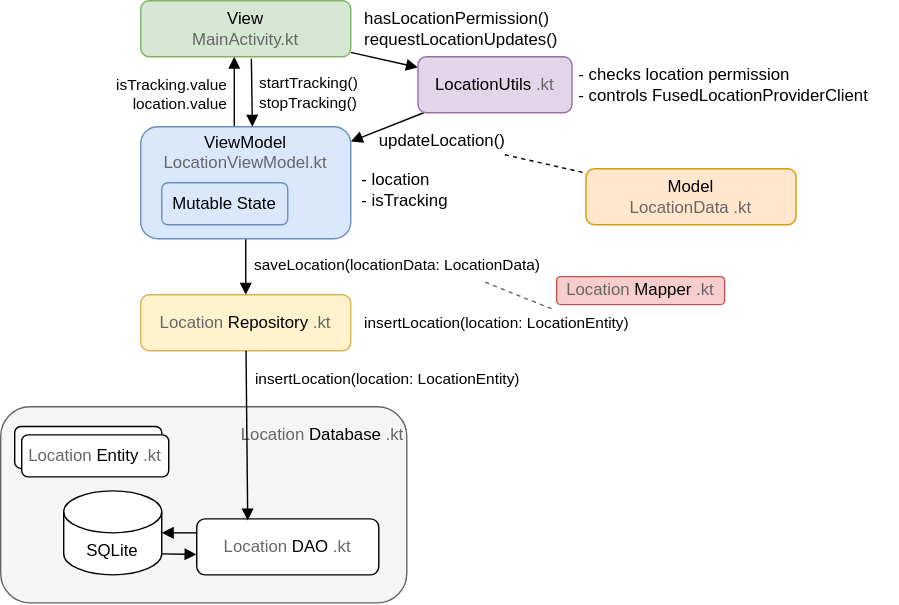
Above: app-architecture.drawio.svg in lchristmann/Tracker (draw.io), before the change. Source tidied: cells renumbered, new cells last; positions are measured from the earlier drawing's top-left corner, leaving out a move shared by most shapes.
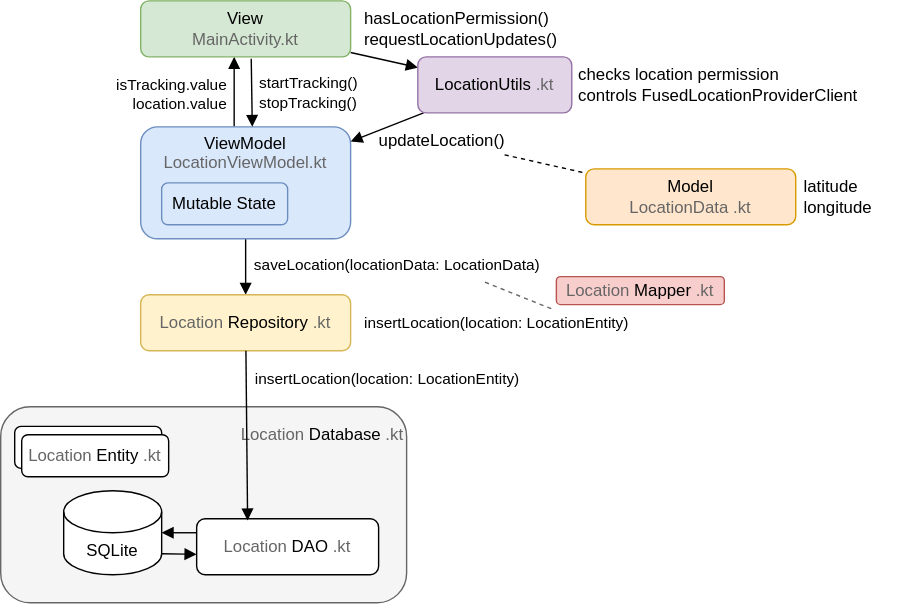
The same file after the commit.

Commit message:
feature: store location in database (every 10s)

Diff of the diagram source:
```diff
@@ -90,12 +90,9 @@
     <mxCell id="26" value="hasLocationPermission()&lt;br&gt;&lt;div&gt;requestLocationUpdates()&lt;/div&gt;" style="text;html=1;align=left;verticalAlign=middle;strokeColor=none;fillColor=none;fontColor=#000000;" parent="1" vertex="1">
       <mxGeometry x="258" width="160" height="40" as="geometry" />
     </mxCell>
-    <mxCell id="27" value="- checks location permission&lt;div&gt;- controls FusedLocationProviderClient&lt;/div&gt;" style="text;html=1;align=left;verticalAlign=middle;strokeColor=none;fillColor=none;" parent="1" vertex="1">
-      <mxGeometry x="411" y="40" width="230" height="40" as="geometry" />
+    <mxCell id="27" value="checks location permission&lt;div&gt;controls FusedLocationProviderClient&lt;/div&gt;" style="text;html=1;align=left;verticalAlign=middle;strokeColor=none;fillColor=none;" parent="1" vertex="1">
+      <mxGeometry x="411" y="40" width="220" height="40" as="geometry" />
     </mxCell>
-    <mxCell id="28" value="- location&lt;div&gt;- isTracking&lt;/div&gt;" style="text;html=1;align=left;verticalAlign=middle;strokeColor=none;fillColor=none;" parent="1" vertex="1">
-      <mxGeometry x="256" y="115" width="90" height="40" as="geometry" />
-    </mxCell>
     <mxCell id="29" style="edgeStyle=none;html=1;" parent="1" edge="1" target="13">
       <mxGeometry relative="1" as="geometry">
         <mxPoint x="290" y="364.3" as="sourcePoint" />
@@ -119,5 +116,8 @@
         <mxPoint x="179.7" y="90" as="targetPoint" />
       </mxGeometry>
     </mxCell>
+    <mxCell id="34" value="latitude&lt;div&gt;longitude&lt;/div&gt;" style="text;html=1;align=left;verticalAlign=middle;strokeColor=none;fillColor=none;" parent="1" vertex="1">
+      <mxGeometry x="572" y="120" width="70" height="40" as="geometry" />
+    </mxCell>
   </root>
 </mxGraphModel>
```
